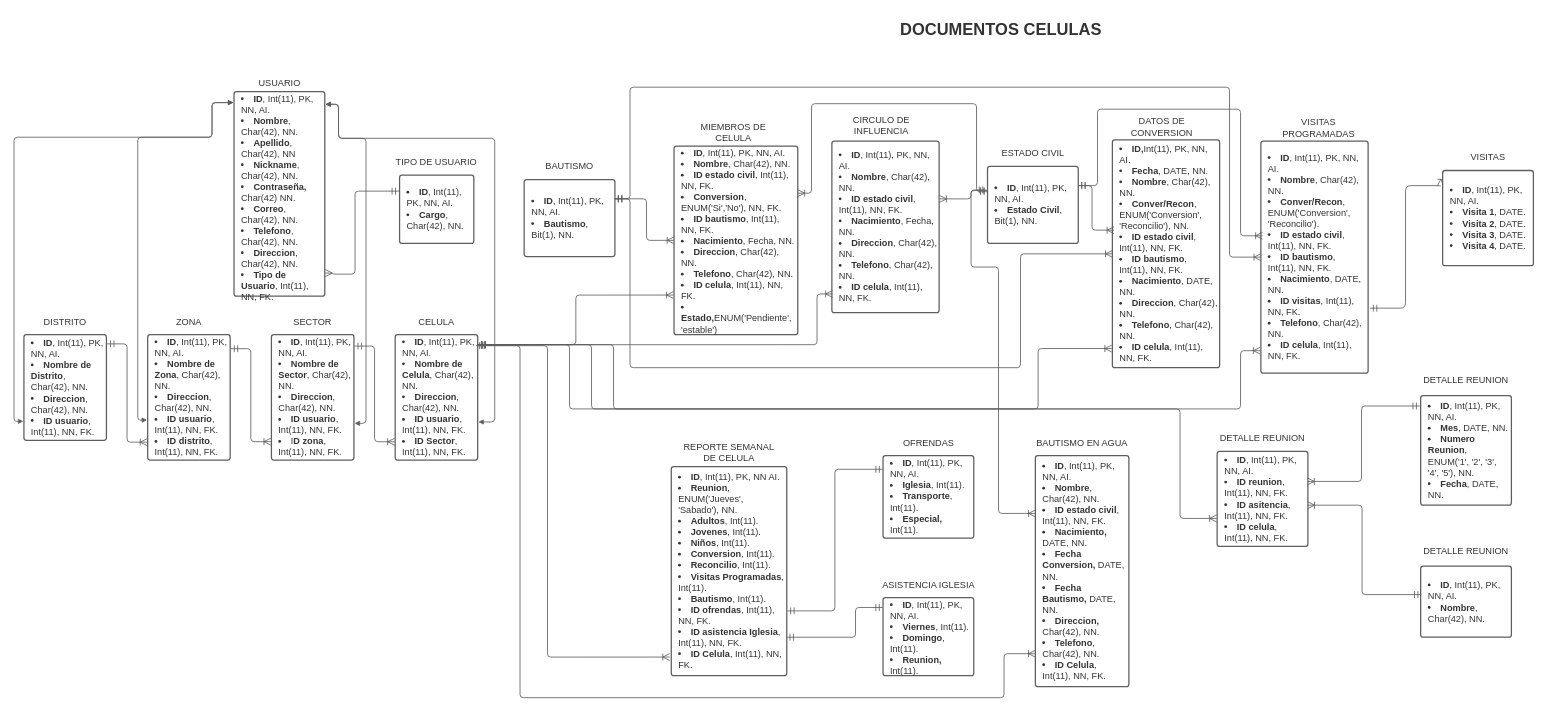
Before: page "entidad-relacion" (1 of 2) of Diagrama 1.drawio in KJCarvajal/la-cosecha, a draw.io diagram. Source tidied: cells renumbered, new cells numbered last; positions are measured from the earlier drawing's top-left corner, leaving out a move shared by most shapes. Both pictures are drawn from the tidied source at 55%, with x=0, y=0 at pixel (14, 10).
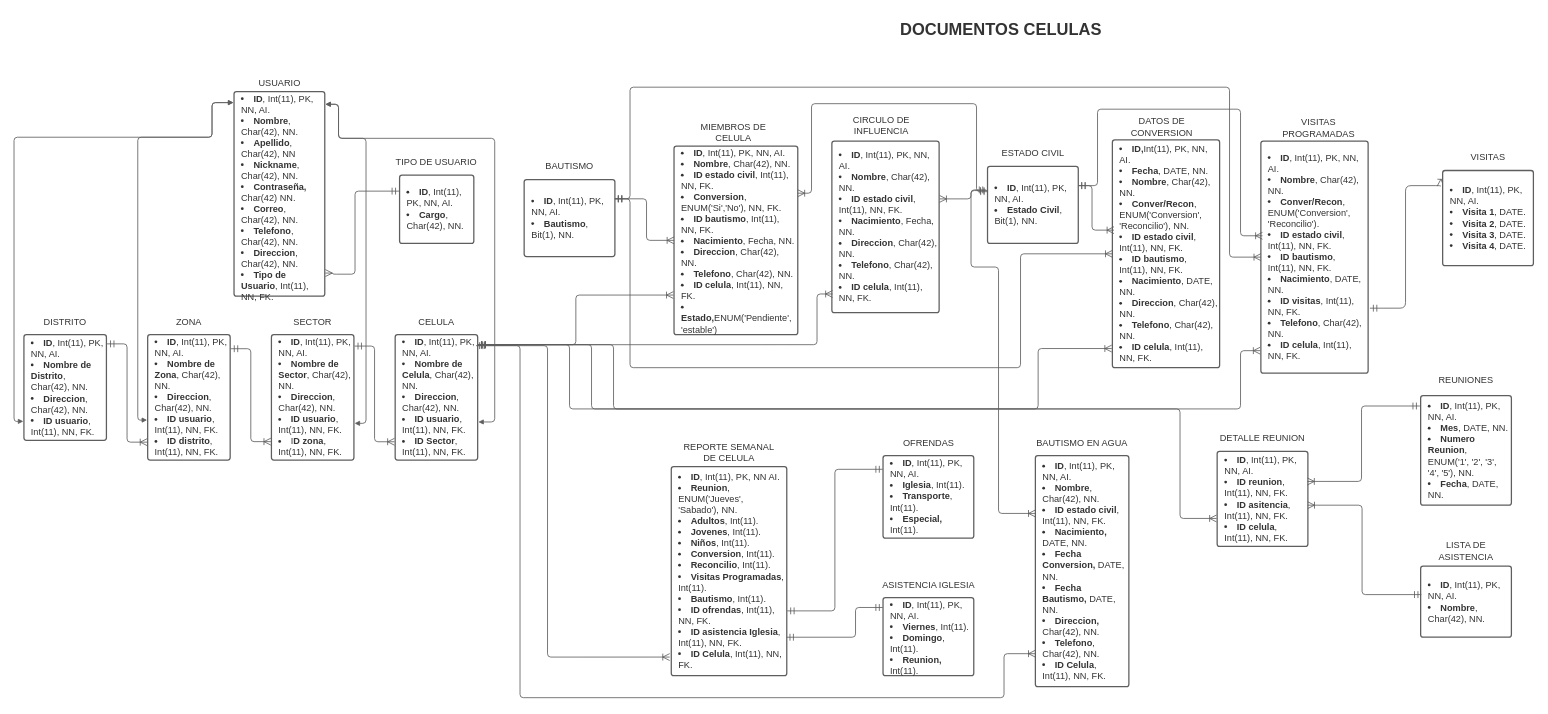
After the change.

Diff of the diagram source:
```diff
@@
-    <mxCell id="61" value="DETALLE REUNION" style="html=1;overflow=block;blockSpacing=1;whiteSpace=wrap;fontSize=16.7;fontColor=#333333;align=center;spacing=3.8;strokeOpacity=0;fillOpacity=0;rounded=1;absoluteArcSize=1;arcSize=9;fillColor=#ffffff;strokeWidth=2.3;" parent="1" vertex="1">
+    <mxCell id="61" value="REUNIONES" style="html=1;overflow=block;blockSpacing=1;whiteSpace=wrap;fontSize=16.7;fontColor=#333333;align=center;spacing=3.8;strokeOpacity=0;fillOpacity=0;rounded=1;absoluteArcSize=1;arcSize=9;fillColor=#ffffff;strokeWidth=2.3;" parent="1" vertex="1">
       <mxGeometry x="2550" y="650" width="180" height="48" as="geometry" />
     </mxCell>
@@
-    <mxCell id="63" value="DETALLE REUNION" style="html=1;overflow=block;blockSpacing=1;whiteSpace=wrap;fontSize=16.7;fontColor=#333333;align=center;spacing=3.8;strokeOpacity=0;fillOpacity=0;rounded=1;absoluteArcSize=1;arcSize=9;fillColor=#ffffff;strokeWidth=2.3;" parent="1" vertex="1">
+    <mxCell id="63" value="LISTA DE ASISTENCIA" style="html=1;overflow=block;blockSpacing=1;whiteSpace=wrap;fontSize=16.7;fontColor=#333333;align=center;spacing=3.8;strokeOpacity=0;fillOpacity=0;rounded=1;absoluteArcSize=1;arcSize=9;fillColor=#ffffff;strokeWidth=2.3;" parent="1" vertex="1">
       <mxGeometry x="2550" y="960" width="180" height="48" as="geometry" />
     </mxCell>
```
